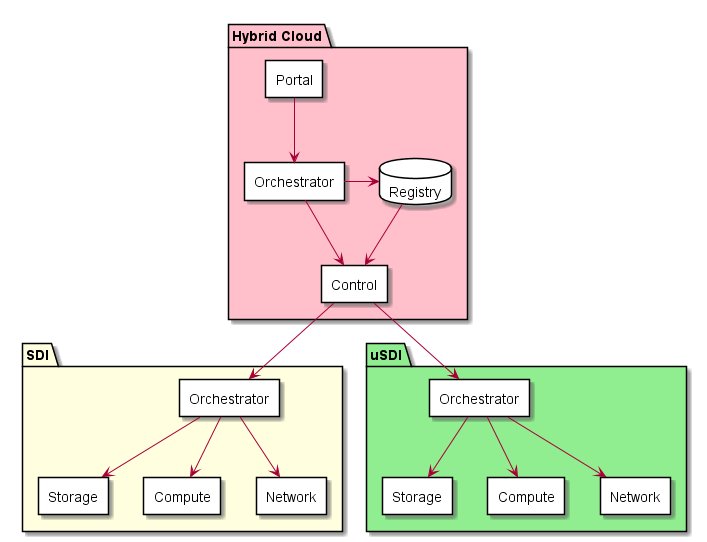
Above: docs/Solution/LogicalCloud.png in CAADE/edgeville (PlantUML), before the change. Its diagram source:
```plantuml
@startuml
package "Hybrid Cloud" as HC #pink {
  rectangle "Portal" {
  }
  database "Registry" {
  }
  rectangle "Control" {
  }
  rectangle "Orchestrator" {
  }
  Portal --> Orchestrator
  Orchestrator --> Control
  Orchestrator -> Registry
  Registry --> Control
}
package "SDI" #lightyellow {
  rectangle "Orchestrator" as OSDI {
  }
  rectangle "Storage" as SSDI {
  }
  rectangle "Compute" as CSDI {
  }
  rectangle "Network" as NSDI {
  }
  OSDI --> SSDI
  OSDI --> CSDI
  OSDI --> NSDI
}
package "uSDI" #lightgreen {
      rectangle "Orchestrator" as OuSDI {
      }
      rectangle "Storage" as SuSDI {
      }
      rectangle "Compute" as CuSDI {
      }
      rectangle "Network" as NuSDI {
      }
      OuSDI --> SuSDI
      OuSDI --> CuSDI
      OuSDI --> NuSDI
}

Control --> OuSDI
Control --> OSDI
@enduml
```
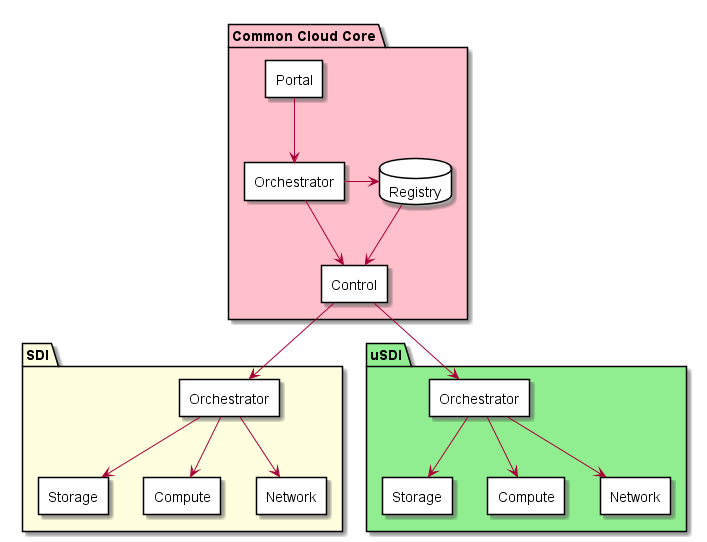
Above is the later version.

Diff of the diagram source:
```diff
@@ -1,5 +1,5 @@
 @startuml
-package "Hybrid Cloud" as HC #pink {
+package "Common Cloud Core" as HC #pink {
   rectangle "Portal" {
   }
   database "Registry" {
```
